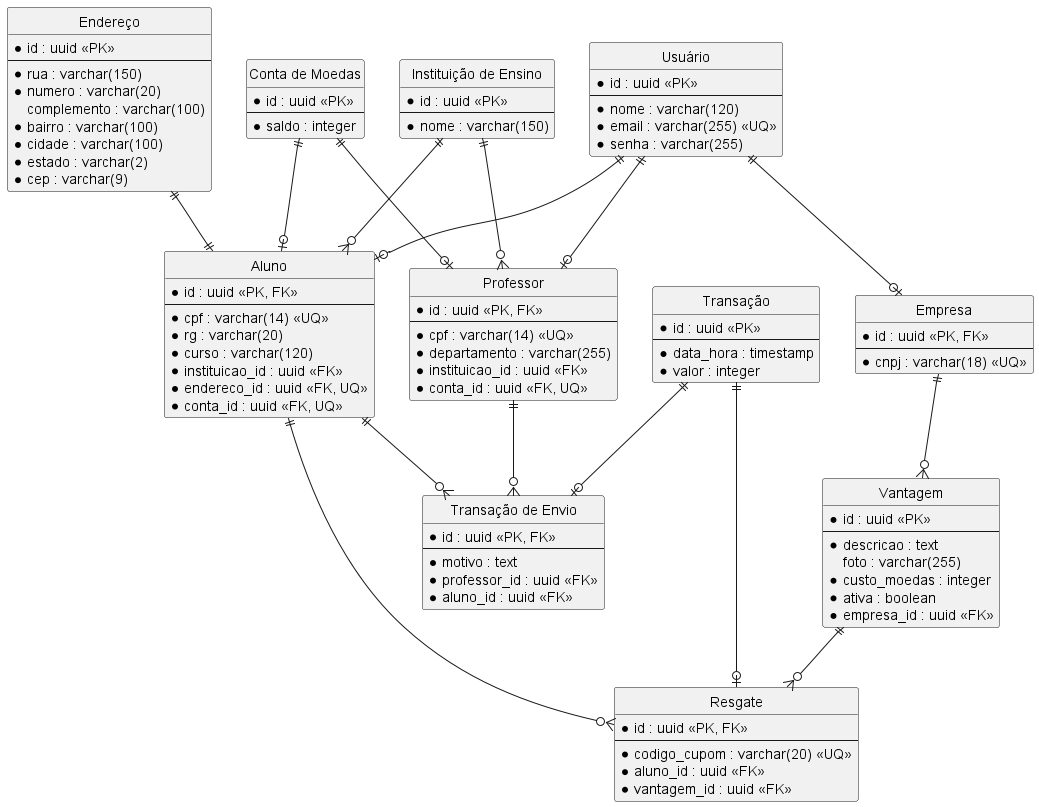
This is docs/diagramas/der.png from brunokilo/lab03-projetoSoftware, a PlantUML export, as it was before one commit.
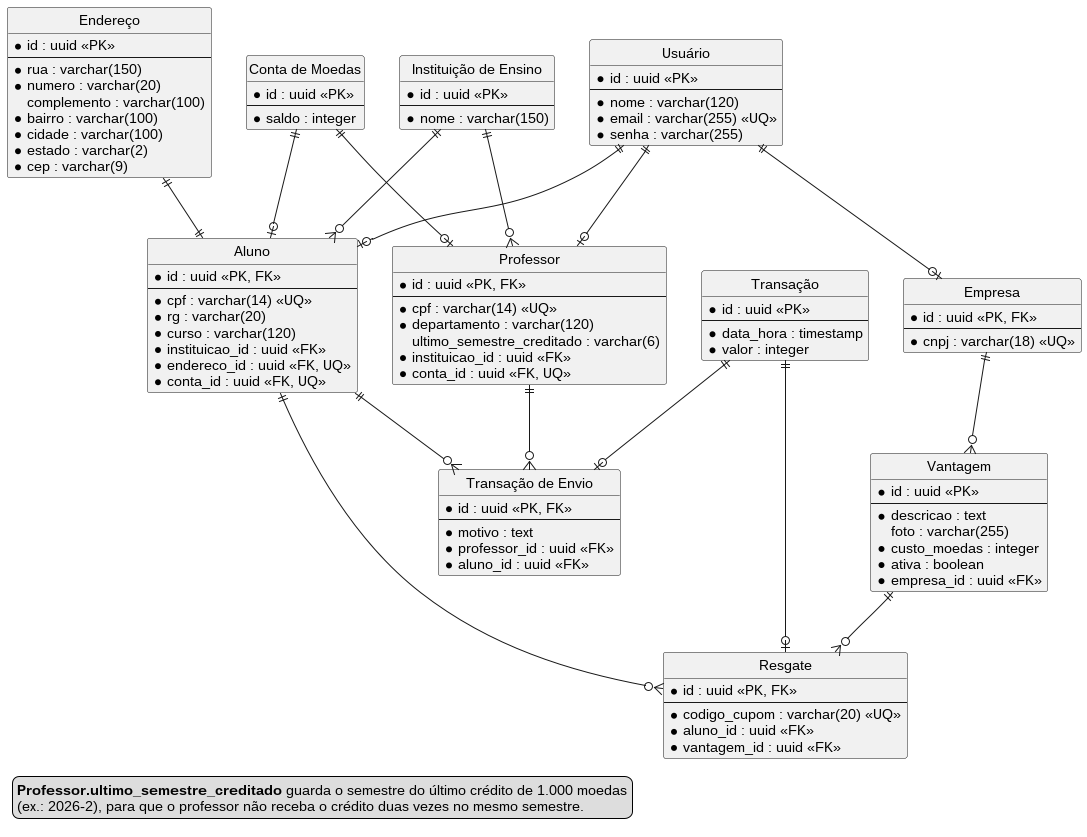
Above is the later version.

Commit message:
feat: implementar crédito semestral para professores e ajustes na API

The edit, as a diff of the source:
```diff
@@ -25,7 +25,8 @@
   * id : uuid <<PK, FK>>
   --
   * cpf : varchar(14) <<UQ>>
-  * departamento : varchar(255)
+  * departamento : varchar(120)
+  ultimo_semestre_creditado : varchar(6)
   * instituicao_id : uuid <<FK>>
   * conta_id : uuid <<FK, UQ>>
 }
@@ -114,4 +115,9 @@
 Vantagem ||--o{ Resgate
 
 Empresa ||--o{ Vantagem
+
+legend bottom left
+  **Professor.ultimo_semestre_creditado** guarda o semestre do último crédito de 1.000 moedas
+  (ex.: 2026-2), para que o professor não receba o crédito duas vezes no mesmo semestre.
+endlegend
 @enduml
```
